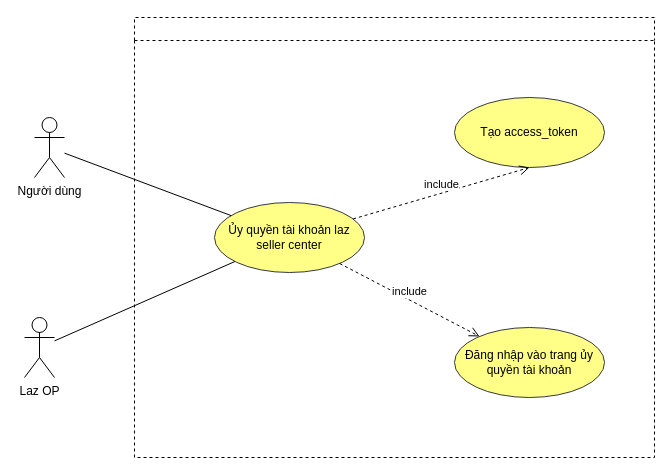
Above: long/Usecase_Authoriazation.drawio in xxminhmie/override-project-document (draw.io), before the change. Source tidied: cells renumbered, new cells numbered last; positions are measured from the earlier drawing's top-left corner, leaving out a move shared by most shapes. Both pictures are drawn from the tidied source at 100%, with x=0, y=0 at pixel (24, 17).
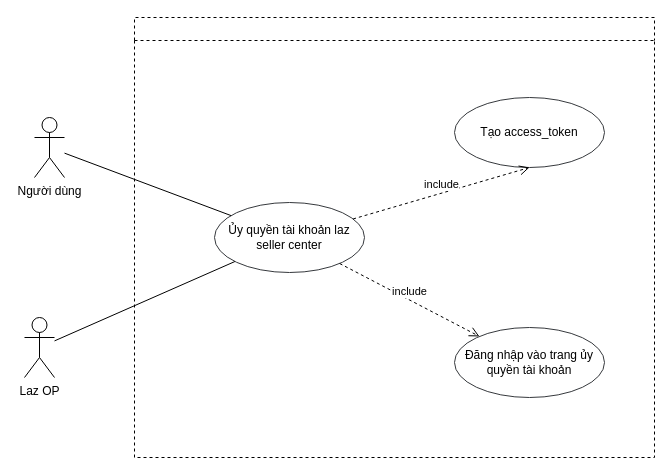
Above is the later version.

Diff of the diagram source:
```diff
@@
 <mxGraphModel>
   <root>
     <mxCell id="0" />
     <mxCell id="1" parent="0" />
     <mxCell id="2" style="swimlane;dashed=1;" parent="1" vertex="1">
       <mxGeometry x="110" width="520" height="440" as="geometry" />
     </mxCell>
-    <mxCell id="3" value="Ủy quyền tài khoản laz seller center" style="ellipse;fillColor=#ffff88;strokeColor=#36393d;whiteSpace=wrap;" parent="2" vertex="1">
+    <mxCell id="3" value="Ủy quyền tài khoản laz seller center" style="ellipse;strokeColor=#36393d;whiteSpace=wrap;fillColor=#FFFFFF;" parent="2" vertex="1">
       <mxGeometry x="80" y="185" width="150" height="70" as="geometry" />
     </mxCell>
-    <mxCell id="4" value="Tạo access_token" style="ellipse;fillColor=#ffff88;strokeColor=#36393d;whiteSpace=wrap;" parent="2" vertex="1">
+    <mxCell id="4" value="Tạo access_token" style="ellipse;strokeColor=#36393d;whiteSpace=wrap;fillColor=#FFFFFF;" parent="2" vertex="1">
       <mxGeometry x="320" y="80" width="150" height="70" as="geometry" />
     </mxCell>
-    <mxCell id="5" value="Đăng nhập vào trang ủy quyền tài khoản" style="ellipse;fillColor=#ffff88;strokeColor=#36393d;whiteSpace=wrap;" parent="2" vertex="1">
+    <mxCell id="5" value="Đăng nhập vào trang ủy quyền tài khoản" style="ellipse;strokeColor=#36393d;whiteSpace=wrap;fillColor=#FFFFFF;" parent="2" vertex="1">
       <mxGeometry x="320" y="310" width="150" height="70" as="geometry" />
     </mxCell>
     <mxCell id="6" value="include" style="html=1;verticalAlign=bottom;endArrow=open;dashed=1;endSize=8;entryX=0.5;entryY=1;entryDx=0;entryDy=0;" parent="2" edge="1" source="3" target="4">
       <mxGeometry relative="1" as="geometry" />
     </mxCell>
     <mxCell id="7" value="include" style="html=1;verticalAlign=bottom;endArrow=open;dashed=1;endSize=8;" parent="2" edge="1" source="3" target="5">
       <mxGeometry relative="1" as="geometry" />
     </mxCell>
     <mxCell id="8" value="Người dùng" style="shape=umlActor;verticalLabelPosition=bottom;verticalAlign=top;html=1;" parent="1" vertex="1">
       <mxGeometry x="10" y="100" width="30" height="60" as="geometry" />
     </mxCell>
     <mxCell id="9" value="Laz OP" style="shape=umlActor;verticalLabelPosition=bottom;verticalAlign=top;html=1;" parent="1" vertex="1">
       <mxGeometry y="300" width="30" height="60" as="geometry" />
     </mxCell>
     <mxCell id="10" style="endArrow=none;html=1;" parent="1" edge="1" source="8" target="3">
       <mxGeometry relative="1" as="geometry" />
     </mxCell>
     <mxCell id="11" style="endArrow=none;html=1;" parent="1" edge="1" source="9" target="3">
       <mxGeometry relative="1" as="geometry" />
     </mxCell>
   </root>
 </mxGraphModel>
```
